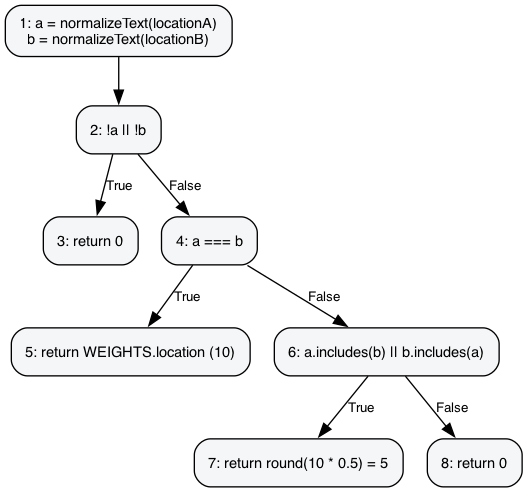
Meili1407/Software-Testing-LostFound keeps this Graphviz diagram as report-assets/cfg/scoreLocation.png. Above is the earlier version. Its source is kept beside it as report-assets/cfg/scoreLocation.dot.
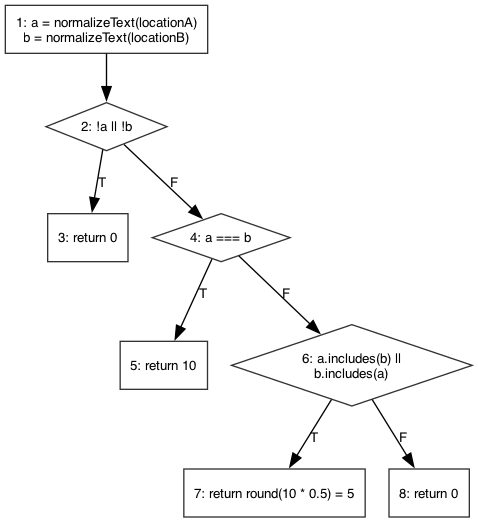
The same file after the commit.

The edit, as a diff of the source:
```diff
@@ -1,22 +1,22 @@
 digraph scoreLocation {
   rankdir=TB;
-  node [shape=box, style="rounded,filled", fillcolor="#f5f6f8", fontname="Helvetica", fontsize=11, margin="0.15,0.1"];
+  node [shape=box, fontname="Helvetica", fontsize=10, color="#333333"];
   edge [fontname="Helvetica", fontsize=10];
 
   N1 [label="1: a = normalizeText(locationA)\nb = normalizeText(locationB)"];
-  N2 [label="2: !a || !b"];
+  N2 [shape=diamond, label="2: !a || !b"];
   N3 [label="3: return 0"];
-  N4 [label="4: a === b"];
-  N5 [label="5: return WEIGHTS.location (10)"];
-  N6 [label="6: a.includes(b) || b.includes(a)"];
+  N4 [shape=diamond, label="4: a === b"];
+  N5 [label="5: return 10"];
+  N6 [shape=diamond, label="6: a.includes(b) ||\nb.includes(a)"];
   N7 [label="7: return round(10 * 0.5) = 5"];
   N8 [label="8: return 0"];
 
   N1 -> N2;
-  N2 -> N3 [label="True"];
-  N2 -> N4 [label="False"];
-  N4 -> N5 [label="True"];
-  N4 -> N6 [label="False"];
-  N6 -> N7 [label="True"];
-  N6 -> N8 [label="False"];
+  N2 -> N3 [label="T"];
+  N2 -> N4 [label="F"];
+  N4 -> N5 [label="T"];
+  N4 -> N6 [label="F"];
+  N6 -> N7 [label="T"];
+  N6 -> N8 [label="F"];
 }
```
